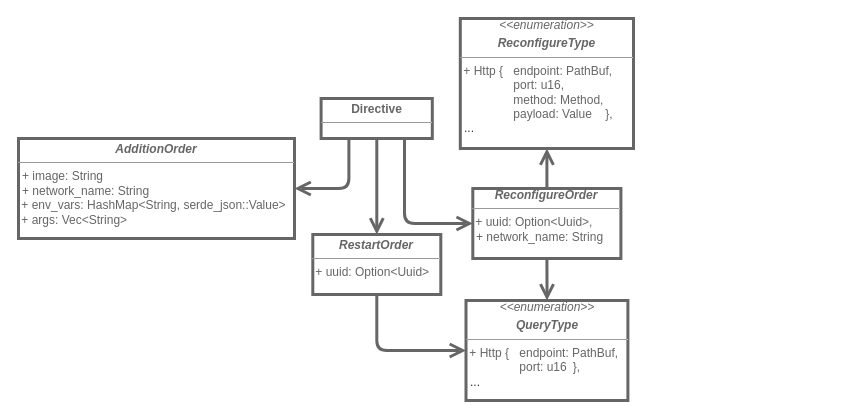
Before: 3. Proyecto/metamodel/Directives.drawio in MrDahaniel/StarDuck, a draw.io diagram. Source tidied: cells renumbered, new cells numbered last; positions are measured from the earlier drawing's top-left corner, leaving out a move shared by most shapes. Both pictures are drawn from the tidied source at 100%, with x=0, y=0 at pixel (18, 18).
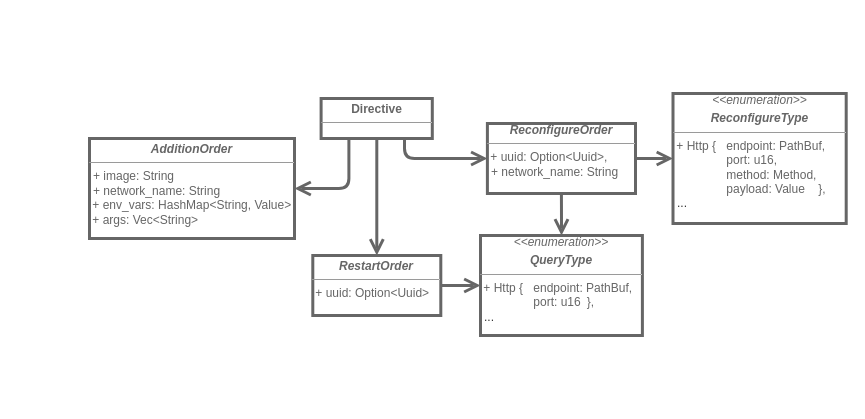
The same diagram, later.

Diff of the diagram source:
```diff
@@
 <mxGraphModel>
   <root>
     <mxCell id="0" />
     <mxCell id="1" parent="0" />
     <mxCell id="2" value="&lt;p style=&quot;margin:0px;margin-top:4px;text-align:center;&quot;&gt;&lt;font color=&quot;#666666&quot;&gt;&lt;b&gt;Directive&lt;/b&gt;&lt;/font&gt;&lt;/p&gt;&lt;hr size=&quot;1&quot;&gt;&lt;p style=&quot;margin:0px;margin-left:4px;&quot;&gt;&lt;br&gt;&lt;/p&gt;" style="verticalAlign=top;align=left;overflow=fill;fontSize=12;fontFamily=Helvetica;html=1;whiteSpace=wrap;strokeColor=#666666;fontColor=#333333;fillColor=#ffffff;labelBackgroundColor=none;strokeWidth=3;" parent="1" vertex="1">
       <mxGeometry x="302.6" y="80" width="111.2" height="40" as="geometry" />
     </mxCell>
     <mxCell id="3" style="edgeStyle=orthogonalEdgeStyle;shape=connector;curved=0;rounded=1;jettySize=auto;html=1;exitX=0.5;exitY=0;exitDx=0;exitDy=0;labelBackgroundColor=default;strokeColor=#666666;strokeWidth=3;align=center;verticalAlign=middle;fontFamily=Helvetica;fontSize=11;fontColor=default;endArrow=none;endFill=0;startSize=10;endSize=9;startArrow=open;startFill=0;" parent="1" edge="1" source="4" target="2">
       <mxGeometry relative="1" as="geometry">
         <Array as="points">
           <mxPoint x="358" y="216" />
         </Array>
       </mxGeometry>
     </mxCell>
     <mxCell id="4" value="&lt;p style=&quot;margin:0px;margin-top:4px;text-align:center;&quot;&gt;&lt;font color=&quot;#666666&quot;&gt;&lt;b&gt;&lt;i&gt;RestartOrder&lt;/i&gt;&lt;/b&gt;&lt;/font&gt;&lt;br&gt;&lt;/p&gt;&lt;hr size=&quot;1&quot;&gt;&lt;p style=&quot;margin:0px;margin-left:4px;&quot;&gt;&lt;/p&gt;&lt;font color=&quot;#666666&quot;&gt;&amp;nbsp;+ uuid: Option&amp;lt;Uuid&amp;gt;&lt;/font&gt;&lt;p style=&quot;margin:0px;margin-left:4px;&quot;&gt;&lt;br&gt;&lt;/p&gt;&lt;p style=&quot;margin:0px;margin-left:4px;&quot;&gt;&lt;br&gt;&lt;/p&gt;" style="verticalAlign=top;align=left;overflow=fill;fontSize=12;fontFamily=Helvetica;html=1;whiteSpace=wrap;labelBackgroundColor=none;fillColor=#ffffff;fontColor=#333333;strokeColor=#666666;strokeWidth=3;" parent="1" vertex="1">
-      <mxGeometry x="294.3" y="216" width="128" height="60" as="geometry" />
+      <mxGeometry x="294.3" y="237" width="128" height="60" as="geometry" />
     </mxCell>
     <mxCell id="5" style="edgeStyle=orthogonalEdgeStyle;shape=connector;curved=0;rounded=1;jettySize=auto;html=1;labelBackgroundColor=default;strokeColor=#666666;strokeWidth=3;align=center;verticalAlign=middle;fontFamily=Helvetica;fontSize=11;fontColor=default;endArrow=none;endFill=0;startSize=10;endSize=9;exitX=0;exitY=0.5;exitDx=0;exitDy=0;entryX=0.75;entryY=1;entryDx=0;entryDy=0;startArrow=open;startFill=0;" parent="1" edge="1" source="8" target="2">
       <mxGeometry relative="1" as="geometry" />
     </mxCell>
     <mxCell id="6" style="edgeStyle=orthogonalEdgeStyle;shape=connector;curved=0;rounded=1;jettySize=auto;html=1;labelBackgroundColor=default;strokeColor=#666666;strokeWidth=3;align=center;verticalAlign=middle;fontFamily=Helvetica;fontSize=11;fontColor=default;endArrow=none;endFill=0;startSize=10;endSize=9;entryX=0.25;entryY=1;entryDx=0;entryDy=0;startArrow=open;startFill=0;" parent="1" edge="1" source="7" target="2">
       <mxGeometry relative="1" as="geometry" />
     </mxCell>
-    <mxCell id="7" value="&lt;p style=&quot;margin:0px;margin-top:4px;text-align:center;&quot;&gt;&lt;b&gt;&lt;i&gt;&lt;font color=&quot;#666666&quot;&gt;AdditionOrder&lt;/font&gt;&lt;/i&gt;&lt;/b&gt;&lt;/p&gt;&lt;hr size=&quot;1&quot;&gt;&lt;p style=&quot;margin:0px;margin-left:4px;&quot;&gt;&lt;font color=&quot;#666666&quot;&gt;+ image: String&lt;/font&gt;&lt;/p&gt;&lt;p style=&quot;margin:0px;margin-left:4px;&quot;&gt;&lt;font color=&quot;#666666&quot;&gt;+ network_name: String&lt;/font&gt;&lt;/p&gt;&lt;p style=&quot;margin:0px;margin-left:4px;&quot;&gt;&lt;/p&gt;&lt;font color=&quot;#666666&quot;&gt;&amp;nbsp;+ env_vars: HashMap&amp;lt;String, serde_json::Value&amp;gt;&lt;/font&gt;&lt;p style=&quot;margin:0px;margin-left:4px;&quot;&gt;&lt;/p&gt;&lt;font color=&quot;#666666&quot;&gt;&amp;nbsp;+ args: Vec&amp;lt;String&amp;gt;&lt;/font&gt;&lt;p style=&quot;margin:0px;margin-left:4px;&quot;&gt;&lt;br&gt;&lt;/p&gt;" style="verticalAlign=top;align=left;overflow=fill;fontSize=12;fontFamily=Helvetica;html=1;whiteSpace=wrap;labelBackgroundColor=none;fillColor=#ffffff;fontColor=#333333;strokeColor=#666666;strokeWidth=3;" parent="1" vertex="1">
-      <mxGeometry y="120" width="276" height="100" as="geometry" />
+    <mxCell id="7" value="&lt;p style=&quot;margin:0px;margin-top:4px;text-align:center;&quot;&gt;&lt;b&gt;&lt;i&gt;&lt;font color=&quot;#666666&quot;&gt;AdditionOrder&lt;/font&gt;&lt;/i&gt;&lt;/b&gt;&lt;/p&gt;&lt;hr size=&quot;1&quot;&gt;&lt;p style=&quot;margin:0px;margin-left:4px;&quot;&gt;&lt;font color=&quot;#666666&quot;&gt;+ image: String&lt;/font&gt;&lt;/p&gt;&lt;p style=&quot;margin:0px;margin-left:4px;&quot;&gt;&lt;font color=&quot;#666666&quot;&gt;+ network_name: String&lt;/font&gt;&lt;/p&gt;&lt;p style=&quot;margin:0px;margin-left:4px;&quot;&gt;&lt;/p&gt;&lt;font color=&quot;#666666&quot;&gt;&amp;nbsp;+ env_vars: HashMap&amp;lt;String, Value&amp;gt;&lt;/font&gt;&lt;p style=&quot;margin:0px;margin-left:4px;&quot;&gt;&lt;/p&gt;&lt;font color=&quot;#666666&quot;&gt;&amp;nbsp;+ args: Vec&amp;lt;String&amp;gt;&lt;/font&gt;&lt;p style=&quot;margin:0px;margin-left:4px;&quot;&gt;&lt;br&gt;&lt;/p&gt;" style="verticalAlign=top;align=left;overflow=fill;fontSize=12;fontFamily=Helvetica;html=1;whiteSpace=wrap;labelBackgroundColor=none;fillColor=#ffffff;fontColor=#333333;strokeColor=#666666;strokeWidth=3;" parent="1" vertex="1">
+      <mxGeometry x="71" y="120" width="205" height="100" as="geometry" />
     </mxCell>
     <mxCell id="8" value="&lt;div style=&quot;text-align: center;&quot;&gt;&lt;b style=&quot;background-color: initial; border-color: var(--border-color); color: rgb(102, 102, 102);&quot;&gt;&lt;i style=&quot;border-color: var(--border-color);&quot;&gt;Reconfigure&lt;b style=&quot;background-color: initial; color: rgb(51, 51, 51);&quot;&gt;&lt;i&gt;&lt;font color=&quot;#666666&quot;&gt;Order&lt;/font&gt;&lt;/i&gt;&lt;/b&gt;&lt;/i&gt;&lt;/b&gt;&lt;/div&gt;&lt;hr size=&quot;1&quot;&gt;&lt;p style=&quot;margin:0px;margin-left:4px;&quot;&gt;&lt;/p&gt;&lt;font color=&quot;#666666&quot;&gt;&amp;nbsp;+ uuid: Option&amp;lt;Uuid&amp;gt;,&lt;/font&gt;&lt;p style=&quot;margin:0px;margin-left:4px;&quot;&gt;&lt;font color=&quot;#666666&quot;&gt;+ network_name: String&lt;/font&gt;&lt;/p&gt;&lt;p style=&quot;margin:0px;margin-left:4px;&quot;&gt;&lt;/p&gt;&lt;font color=&quot;#666666&quot;&gt;&amp;nbsp;&lt;br&gt;&lt;/font&gt;" style="verticalAlign=top;align=left;overflow=fill;fontSize=12;fontFamily=Helvetica;html=1;whiteSpace=wrap;labelBackgroundColor=none;fillColor=#ffffff;fontColor=#333333;strokeColor=#666666;strokeWidth=3;spacingTop=5;" parent="1" vertex="1">
-      <mxGeometry x="454.3" y="170" width="148.1" height="70" as="geometry" />
+      <mxGeometry x="468.9" y="105" width="148.1" height="70" as="geometry" />
     </mxCell>
     <mxCell id="9" style="edgeStyle=orthogonalEdgeStyle;shape=connector;curved=0;rounded=1;jettySize=auto;html=1;exitX=0;exitY=0.5;exitDx=0;exitDy=0;labelBackgroundColor=default;strokeColor=#666666;strokeWidth=3;align=center;verticalAlign=middle;fontFamily=Helvetica;fontSize=11;fontColor=default;endArrow=none;endFill=0;startSize=10;endSize=9;startArrow=open;startFill=0;" parent="1" edge="1" source="11" target="4">
       <mxGeometry relative="1" as="geometry" />
     </mxCell>
     <mxCell id="10" style="edgeStyle=orthogonalEdgeStyle;shape=connector;curved=0;rounded=1;jettySize=auto;html=1;labelBackgroundColor=default;strokeColor=#666666;strokeWidth=3;align=center;verticalAlign=middle;fontFamily=Helvetica;fontSize=11;fontColor=default;endArrow=none;endFill=0;startSize=10;endSize=9;startArrow=open;startFill=0;" parent="1" edge="1" source="11" target="8">
       <mxGeometry relative="1" as="geometry" />
     </mxCell>
     <mxCell id="11" value="&lt;i style=&quot;border-color: var(--border-color); color: rgb(102, 102, 102);&quot;&gt;&amp;lt;&amp;lt;enumeration&amp;gt;&amp;gt;&lt;/i&gt;&lt;br style=&quot;border-color: var(--border-color); color: rgb(102, 102, 102);&quot;&gt;&lt;p style=&quot;margin: 4px 0px 0px;&quot;&gt;&lt;font color=&quot;#666666&quot;&gt;&lt;b&gt;&lt;i&gt;QueryType&lt;/i&gt;&lt;/b&gt;&lt;/font&gt;&lt;br&gt;&lt;/p&gt;&lt;hr size=&quot;1&quot;&gt;&lt;p style=&quot;margin:0px;margin-left:4px;&quot;&gt;&lt;/p&gt;&lt;font color=&quot;#666666&quot;&gt;&lt;div style=&quot;text-align: left;&quot;&gt;&lt;span style=&quot;background-color: initial;&quot;&gt;&amp;nbsp;+&amp;nbsp;&lt;/span&gt;&lt;span style=&quot;background-color: initial;&quot;&gt;Http { &lt;span style=&quot;white-space: pre;&quot;&gt;&#9;&lt;/span&gt;endpoint: PathBuf,&amp;nbsp;&lt;/span&gt;&lt;/div&gt;&lt;div style=&quot;text-align: left;&quot;&gt;&lt;span style=&quot;background-color: initial;&quot;&gt;&lt;span style=&quot;white-space: pre;&quot;&gt;&#9;&lt;/span&gt;&lt;span style=&quot;white-space: pre;&quot;&gt;&#9;&lt;/span&gt;port: u16 &lt;span style=&quot;white-space: pre;&quot;&gt;&#9;&lt;/span&gt;},&lt;/span&gt;&lt;/div&gt;&lt;/font&gt;&lt;p style=&quot;text-align: left; margin: 0px 0px 0px 4px;&quot;&gt;...&lt;/p&gt;" style="verticalAlign=top;align=center;overflow=fill;fontSize=12;fontFamily=Helvetica;html=1;whiteSpace=wrap;labelBackgroundColor=none;fillColor=#ffffff;fontColor=#333333;strokeColor=#666666;strokeWidth=3;" parent="1" vertex="1">
-      <mxGeometry x="447.5" y="282" width="161.9" height="100" as="geometry" />
+      <mxGeometry x="462" y="217" width="161.9" height="100" as="geometry" />
     </mxCell>
     <mxCell id="12" style="edgeStyle=orthogonalEdgeStyle;shape=connector;curved=0;rounded=1;jettySize=auto;html=1;labelBackgroundColor=default;strokeColor=#666666;strokeWidth=3;align=center;verticalAlign=middle;fontFamily=Helvetica;fontSize=11;fontColor=default;endArrow=none;endFill=0;startSize=10;endSize=9;startArrow=open;startFill=0;" parent="1" edge="1" source="13" target="8">
       <mxGeometry relative="1" as="geometry" />
     </mxCell>
     <mxCell id="13" value="&lt;i style=&quot;border-color: var(--border-color); color: rgb(102, 102, 102);&quot;&gt;&amp;lt;&amp;lt;enumeration&amp;gt;&amp;gt;&lt;/i&gt;&lt;br style=&quot;border-color: var(--border-color); color: rgb(102, 102, 102);&quot;&gt;&lt;p style=&quot;margin: 4px 0px 0px;&quot;&gt;&lt;font color=&quot;#666666&quot;&gt;&lt;b&gt;&lt;i&gt;ReconfigureType&lt;/i&gt;&lt;/b&gt;&lt;/font&gt;&lt;br&gt;&lt;/p&gt;&lt;hr size=&quot;1&quot;&gt;&lt;p style=&quot;margin:0px;margin-left:4px;&quot;&gt;&lt;/p&gt;&lt;span style=&quot;color: rgb(102, 102, 102); background-color: initial;&quot;&gt;&lt;div style=&quot;text-align: left;&quot;&gt;&lt;span style=&quot;background-color: initial;&quot;&gt;&amp;nbsp;+&amp;nbsp;&lt;/span&gt;Http { &lt;span style=&quot;white-space: pre;&quot;&gt;&#9;&lt;/span&gt;endpoint: PathBuf,&amp;nbsp;&lt;/div&gt;&lt;div style=&quot;text-align: left;&quot;&gt;&lt;span style=&quot;white-space: pre;&quot;&gt;&#9;&lt;/span&gt;&lt;span style=&quot;white-space: pre;&quot;&gt;&#9;&lt;/span&gt;port: u16,&amp;nbsp;&lt;/div&gt;&lt;div style=&quot;text-align: left;&quot;&gt;&lt;span style=&quot;background-color: initial;&quot;&gt;&lt;span style=&quot;white-space: pre;&quot;&gt;&#9;&lt;/span&gt;&lt;span style=&quot;white-space: pre;&quot;&gt;&#9;&lt;/span&gt;method: Method,&lt;/span&gt;&lt;/div&gt;&lt;div style=&quot;text-align: left;&quot;&gt;&lt;span style=&quot;background-color: initial;&quot;&gt;&amp;nbsp; &amp;nbsp; &amp;nbsp; &amp;nbsp; &lt;span style=&quot;white-space: pre;&quot;&gt;&#9;&lt;/span&gt;payload: Value&amp;nbsp; &amp;nbsp;&lt;/span&gt;&lt;span style=&quot;background-color: initial;&quot;&gt;&amp;nbsp;&lt;/span&gt;&lt;span style=&quot;background-color: initial;&quot;&gt;},&lt;/span&gt;&lt;/div&gt;&lt;/span&gt;&lt;p style=&quot;text-align: left; margin: 0px 0px 0px 4px;&quot;&gt;...&lt;/p&gt;" style="verticalAlign=top;align=center;overflow=fill;fontSize=12;fontFamily=Helvetica;html=1;whiteSpace=wrap;labelBackgroundColor=none;fillColor=#ffffff;fontColor=#333333;strokeColor=#666666;strokeWidth=3;" parent="1" vertex="1">
-      <mxGeometry x="441.8" width="173.2" height="130" as="geometry" />
+      <mxGeometry x="654.5" y="75" width="173.2" height="130" as="geometry" />
     </mxCell>
   </root>
 </mxGraphModel>
```
